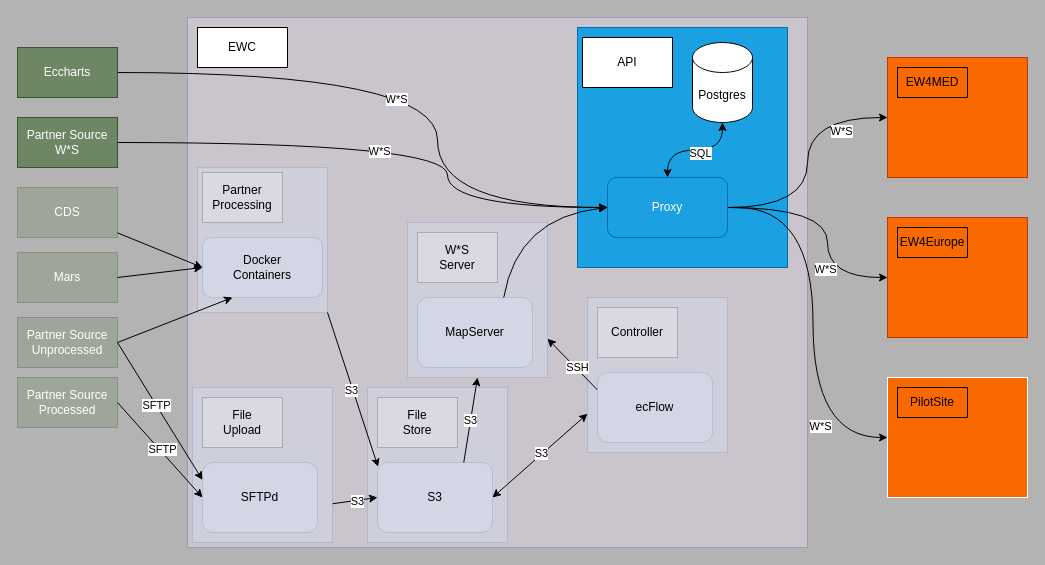
Earlier version of the draw.io diagram gobeyond-api-tech.external-wms.drawio (ec-snee/draw-io). Source tidied: cells renumbered, new cells numbered last; positions are measured from the earlier drawing's top-left corner, leaving out a move shared by most shapes. Both pictures are drawn from the tidied source at 100%, with x=0, y=0 at pixel (17, 17).
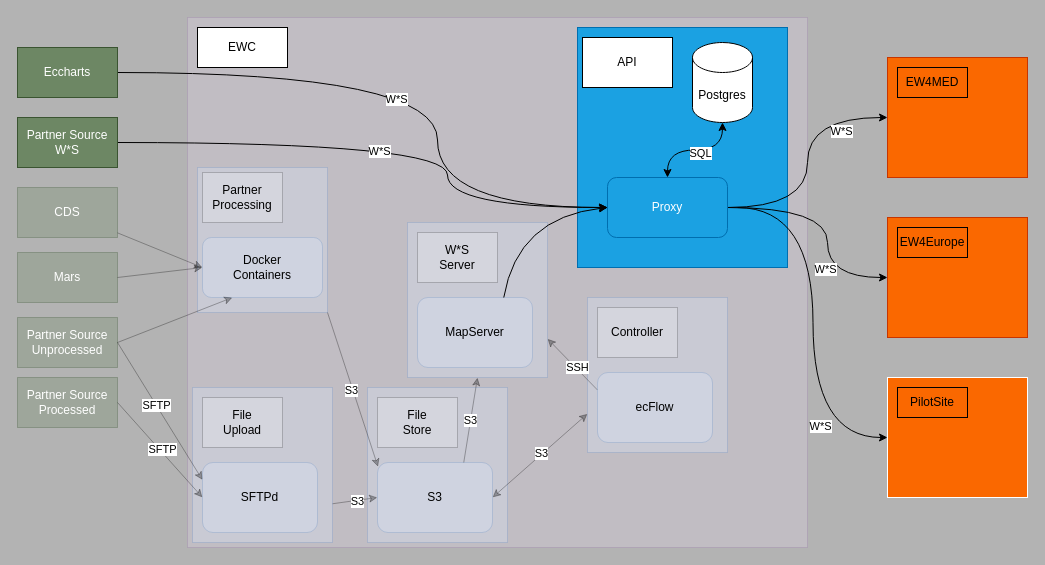
The same diagram, later.

Commit message:
made unused arrows translucent

The change refers to these unchanged cells:
```xml
<mxCell id="23" style="rounded=0;whiteSpace=wrap;html=1;fillColor=#dae8fc;strokeColor=#6c8ebf;opacity=30;" parent="1" vertex="1">
  <mxGeometry x="180" y="150" width="130" height="145" as="geometry" />
</mxCell>
<mxCell id="24" value="S3" style="rounded=1;whiteSpace=wrap;html=1;fillColor=#dae8fc;strokeColor=#6c8ebf;opacity=30;" parent="1" vertex="1">
  <mxGeometry x="360" y="445" width="115" height="70" as="geometry" />
</mxCell>
<mxCell id="26" value="&lt;div&gt;Docker&lt;/div&gt;&lt;div&gt;Containers&lt;/div&gt;" style="rounded=1;whiteSpace=wrap;html=1;fillColor=#dae8fc;strokeColor=#6c8ebf;opacity=30;" parent="1" vertex="1">
  <mxGeometry x="185" y="220" width="120" height="60" as="geometry" />
</mxCell>
<mxCell id="27" value="CDS" style="rounded=0;whiteSpace=wrap;html=1;fillColor=#6d8764;fontColor=#ffffff;strokeColor=#3A5431;opacity=30;" parent="1" vertex="1">
  <mxGeometry y="170" width="100" height="50" as="geometry" />
</mxCell>
<mxCell id="28" value="Mars" style="rounded=0;whiteSpace=wrap;html=1;fillColor=#6d8764;fontColor=#ffffff;strokeColor=#3A5431;opacity=30;" parent="1" vertex="1">
  <mxGeometry y="235" width="100" height="50" as="geometry" />
</mxCell>
<mxCell id="29" value="Partner Source&lt;div&gt;Unprocessed&lt;/div&gt;" style="rounded=0;whiteSpace=wrap;html=1;fillColor=#6d8764;fontColor=#ffffff;strokeColor=#3A5431;opacity=30;" parent="1" vertex="1">
  <mxGeometry y="300" width="100" height="50" as="geometry" />
</mxCell>
<mxCell id="30" value="Partner Source&lt;div&gt;Processed&lt;/div&gt;" style="rounded=0;whiteSpace=wrap;html=1;fillColor=#6d8764;fontColor=#ffffff;strokeColor=#3A5431;opacity=30;" parent="1" vertex="1">
  <mxGeometry y="360" width="100" height="50" as="geometry" />
</mxCell>
<mxCell id="38" style="rounded=0;whiteSpace=wrap;html=1;fillColor=#dae8fc;strokeColor=#6c8ebf;opacity=30;" parent="1" vertex="1">
  <mxGeometry x="570" y="280" width="140" height="155" as="geometry" />
</mxCell>
<mxCell id="42" value="&lt;div&gt;ecFlow&lt;/div&gt;" style="rounded=1;whiteSpace=wrap;html=1;fillColor=#dae8fc;strokeColor=#6c8ebf;opacity=30;" parent="1" vertex="1">
  <mxGeometry x="580" y="355" width="115" height="70" as="geometry" />
</mxCell>
<mxCell id="43" style="rounded=0;whiteSpace=wrap;html=1;fillColor=#dae8fc;strokeColor=#6c8ebf;opacity=30;" parent="1" vertex="1">
  <mxGeometry x="175" y="370" width="140" height="155" as="geometry" />
</mxCell>
<mxCell id="45" value="SFTPd" style="rounded=1;whiteSpace=wrap;html=1;fillColor=#dae8fc;strokeColor=#6c8ebf;opacity=30;" parent="1" vertex="1">
  <mxGeometry x="185" y="445" width="115" height="70" as="geometry" />
</mxCell>
<mxCell id="46" style="rounded=0;whiteSpace=wrap;html=1;fillColor=#dae8fc;strokeColor=#6c8ebf;opacity=30;" parent="1" vertex="1">
  <mxGeometry x="390" y="205" width="140" height="155" as="geometry" />
</mxCell>
```

The edit, as a diff of the source:
```diff
@@
-    <mxCell id="2" style="rounded=0;whiteSpace=wrap;html=1;fillColor=#e1d5e7;strokeColor=#9673a6;opacity=50;" parent="1" vertex="1">
+    <mxCell id="2" style="rounded=0;whiteSpace=wrap;html=1;fillColor=#e1d5e7;strokeColor=#9673a6;opacity=30;" parent="1" vertex="1">
       <mxGeometry x="170" width="620" height="530" as="geometry" />
     </mxCell>
@@
-    <mxCell id="40" style="rounded=0;jettySize=auto;html=1;exitX=0;exitY=0.25;exitDx=0;exitDy=0;entryX=1;entryY=0.75;entryDx=0;entryDy=0;" parent="1" edge="1" source="42" target="46">
+    <mxCell id="40" style="rounded=0;jettySize=auto;html=1;exitX=0;exitY=0.25;exitDx=0;exitDy=0;entryX=1;entryY=0.75;entryDx=0;entryDy=0;opacity=30;" parent="1" edge="1" source="42" target="46">
       <mxGeometry relative="1" as="geometry" />
     </mxCell>
@@
-    <mxCell id="49" style="endArrow=classic;html=1;rounded=0;exitX=1;exitY=0.5;exitDx=0;exitDy=0;entryX=0;entryY=0.5;entryDx=0;entryDy=0;" parent="1" edge="1" source="30" target="45">
+    <mxCell id="49" style="endArrow=classic;html=1;rounded=0;exitX=1;exitY=0.5;exitDx=0;exitDy=0;entryX=0;entryY=0.5;entryDx=0;entryDy=0;opacity=30;" parent="1" edge="1" source="30" target="45">
       <mxGeometry relative="1" as="geometry" />
     </mxCell>
@@
-    <mxCell id="51" style="endArrow=classic;html=1;rounded=0;exitX=1;exitY=0.75;exitDx=0;exitDy=0;entryX=0;entryY=0.5;entryDx=0;entryDy=0;" parent="1" edge="1" source="43" target="24">
+    <mxCell id="51" style="endArrow=classic;html=1;rounded=0;exitX=1;exitY=0.75;exitDx=0;exitDy=0;entryX=0;entryY=0.5;entryDx=0;entryDy=0;opacity=30;" parent="1" edge="1" source="43" target="24">
       <mxGeometry relative="1" as="geometry" />
     </mxCell>
@@
-    <mxCell id="53" style="endArrow=classic;startArrow=classic;html=1;rounded=0;exitX=0;exitY=0.75;exitDx=0;exitDy=0;entryX=1;entryY=0.5;entryDx=0;entryDy=0;" parent="1" edge="1" source="38" target="24">
+    <mxCell id="53" style="endArrow=classic;startArrow=classic;html=1;rounded=0;exitX=0;exitY=0.75;exitDx=0;exitDy=0;entryX=1;entryY=0.5;entryDx=0;entryDy=0;opacity=30;" parent="1" edge="1" source="38" target="24">
       <mxGeometry relative="1" as="geometry" />
     </mxCell>
@@
-    <mxCell id="55" style="endArrow=classic;startArrow=none;html=1;rounded=0;exitX=1;exitY=1;exitDx=0;exitDy=0;entryX=0.005;entryY=0.063;entryDx=0;entryDy=0;entryPerimeter=0;startFill=0;" parent="1" edge="1" source="23" target="24">
+    <mxCell id="55" style="endArrow=classic;startArrow=none;html=1;rounded=0;exitX=1;exitY=1;exitDx=0;exitDy=0;entryX=0.005;entryY=0.063;entryDx=0;entryDy=0;entryPerimeter=0;startFill=0;opacity=30;" parent="1" edge="1" source="23" target="24">
       <mxGeometry relative="1" as="geometry" />
     </mxCell>
@@
-    <mxCell id="57" value="S3" style="endArrow=classic;html=1;rounded=0;exitX=0.75;exitY=0;exitDx=0;exitDy=0;entryX=0.5;entryY=1;entryDx=0;entryDy=0;" parent="1" edge="1" source="24" target="46">
+    <mxCell id="57" value="S3" style="endArrow=classic;html=1;rounded=0;exitX=0.75;exitY=0;exitDx=0;exitDy=0;entryX=0.5;entryY=1;entryDx=0;entryDy=0;opacity=30;" parent="1" edge="1" source="24" target="46">
       <mxGeometry relative="1" as="geometry" />
     </mxCell>
-    <mxCell id="58" style="endArrow=classic;html=1;rounded=0;exitX=1;exitY=0.5;exitDx=0;exitDy=0;entryX=0.25;entryY=1;entryDx=0;entryDy=0;" parent="1" edge="1" source="29" target="26">
+    <mxCell id="58" style="endArrow=classic;html=1;rounded=0;exitX=1;exitY=0.5;exitDx=0;exitDy=0;entryX=0.25;entryY=1;entryDx=0;entryDy=0;opacity=30;" parent="1" edge="1" source="29" target="26">
       <mxGeometry relative="1" as="geometry" />
     </mxCell>
-    <mxCell id="59" style="endArrow=classic;html=1;rounded=0;exitX=1;exitY=0.5;exitDx=0;exitDy=0;entryX=0;entryY=0.5;entryDx=0;entryDy=0;" parent="1" edge="1" source="28" target="26">
+    <mxCell id="59" style="endArrow=classic;html=1;rounded=0;exitX=1;exitY=0.5;exitDx=0;exitDy=0;entryX=0;entryY=0.5;entryDx=0;entryDy=0;opacity=30;" parent="1" edge="1" source="28" target="26">
       <mxGeometry relative="1" as="geometry" />
     </mxCell>
-    <mxCell id="60" style="endArrow=classic;html=1;rounded=0;entryX=0;entryY=0.5;entryDx=0;entryDy=0;" parent="1" edge="1" source="27" target="26">
+    <mxCell id="60" style="endArrow=classic;html=1;rounded=0;entryX=0;entryY=0.5;entryDx=0;entryDy=0;opacity=30;" parent="1" edge="1" source="27" target="26">
       <mxGeometry relative="1" as="geometry" />
     </mxCell>
-    <mxCell id="61" style="endArrow=classic;html=1;rounded=0;exitX=1;exitY=0.5;exitDx=0;exitDy=0;entryX=0;entryY=0.25;entryDx=0;entryDy=0;" parent="1" edge="1" source="29" target="45">
+    <mxCell id="61" style="endArrow=classic;html=1;rounded=0;exitX=1;exitY=0.5;exitDx=0;exitDy=0;entryX=0;entryY=0.25;entryDx=0;entryDy=0;opacity=30;" parent="1" edge="1" source="29" target="45">
       <mxGeometry relative="1" as="geometry" />
     </mxCell>
```
